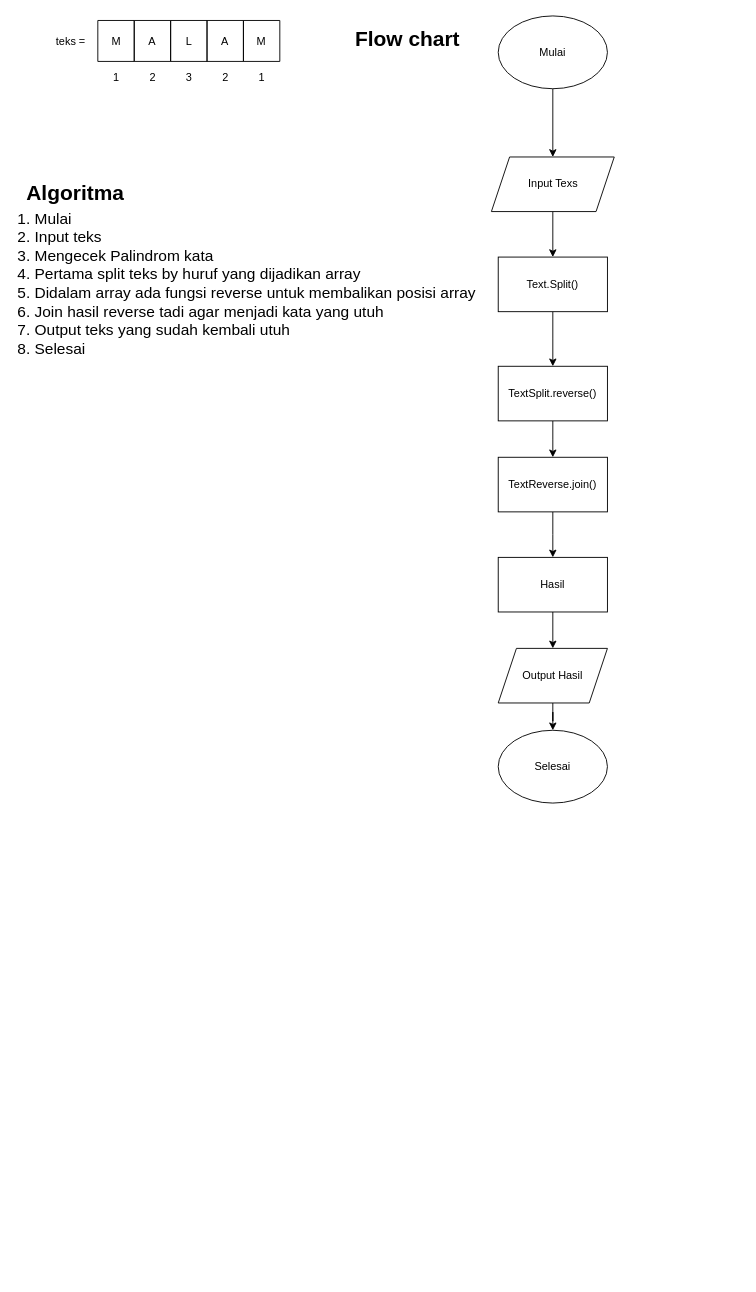
Above: page "Palindrome" (1 of 2) of Tugas Fazztrack Week 2- Soal No 1.drawio.xml in yogiprayoga1313/fw15-javascript1 (draw.io), before the change. Source tidied: cells renumbered, new cells numbered last; positions are measured from the earlier drawing's top-left corner, leaving out a move shared by most shapes. Both pictures are drawn from the tidied source at 91%, with x=0, y=0 at pixel (15, 15).
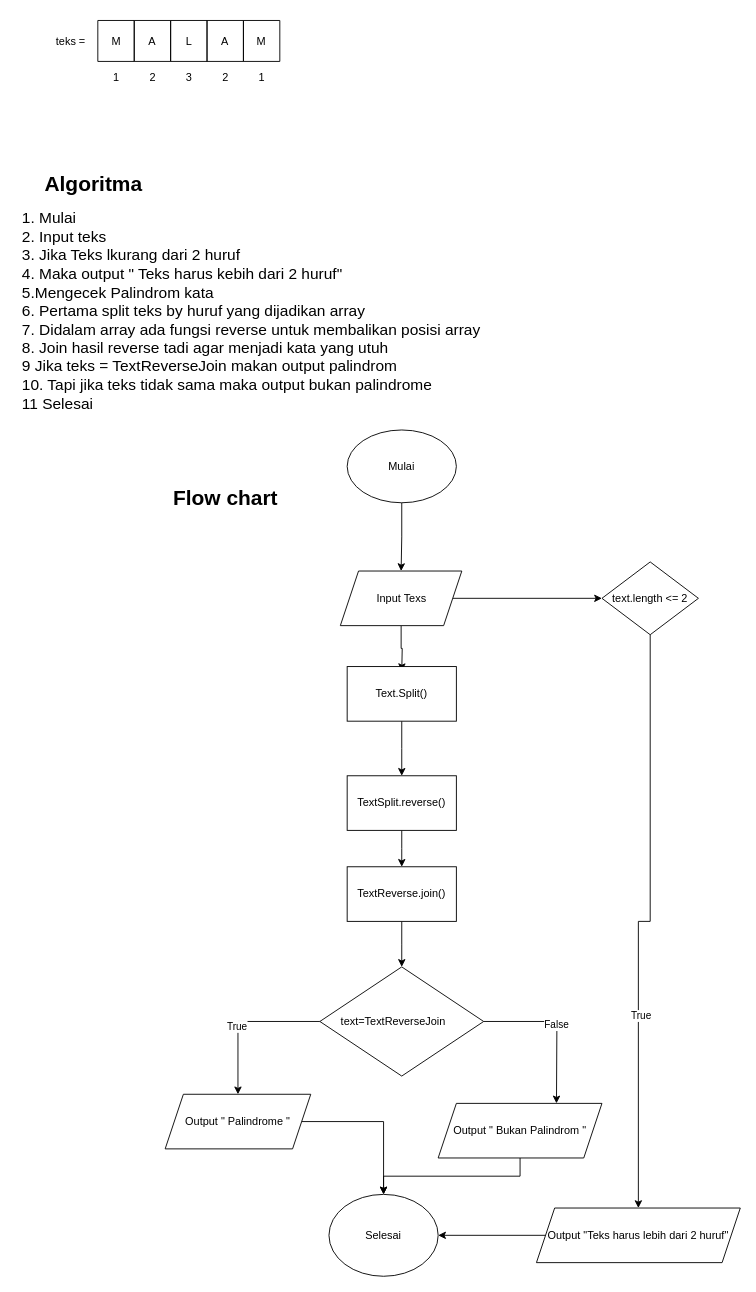
The same diagram, later.

What changed in the source:
```diff
@@
     <mxCell id="19" value="Mulai" style="ellipse;whiteSpace=wrap;html=1;" parent="1" vertex="1">
-      <mxGeometry x="530" width="120" height="80" as="geometry" />
+      <mxGeometry x="364" y="455" width="120" height="80" as="geometry" />
     </mxCell>
-    <mxCell id="20" style="edgeStyle=orthogonalEdgeStyle;rounded=0;jettySize=auto;html=1;" parent="1" edge="1" source="21" target="23">
-      <mxGeometry relative="1" as="geometry" />
+    <mxCell id="20" style="edgeStyle=orthogonalEdgeStyle;rounded=0;jettySize=auto;html=1;" parent="1" edge="1" source="21">
+      <mxGeometry relative="1" as="geometry">
+        <mxPoint x="424" y="720" as="targetPoint" />
+      </mxGeometry>
     </mxCell>
+    <mxCell id="36" style="edgeStyle=orthogonalEdgeStyle;rounded=0;jettySize=auto;html=1;" parent="1" edge="1" source="21" target="47">
+      <mxGeometry relative="1" as="geometry" />
+    </mxCell>
     <mxCell id="21" value="Input Texs" style="shape=parallelogram;perimeter=parallelogramPerimeter;whiteSpace=wrap;html=1;fixedSize=1;" parent="1" vertex="1">
-      <mxGeometry x="522.5" y="155" width="135" height="60" as="geometry" />
+      <mxGeometry x="356.5" y="610" width="133.5" height="60" as="geometry" />
     </mxCell>
     <mxCell id="22" style="edgeStyle=orthogonalEdgeStyle;rounded=0;jettySize=auto;html=1;" parent="1" edge="1" source="23">
       <mxGeometry relative="1" as="geometry">
-        <mxPoint x="590" y="385" as="targetPoint" />
+        <mxPoint x="424" y="835" as="targetPoint" />
       </mxGeometry>
     </mxCell>
     <mxCell id="23" value="Text.Split()" style="rounded=0;whiteSpace=wrap;html=1;" parent="1" vertex="1">
-      <mxGeometry x="530" y="265" width="120" height="60" as="geometry" />
+      <mxGeometry x="364" y="715" width="120" height="60" as="geometry" />
     </mxCell>
     <mxCell id="24" style="edgeStyle=orthogonalEdgeStyle;rounded=0;jettySize=auto;html=1;" parent="1" edge="1" source="25">
       <mxGeometry relative="1" as="geometry">
-        <mxPoint x="590" y="485" as="targetPoint" />
+        <mxPoint x="424" y="935" as="targetPoint" />
       </mxGeometry>
     </mxCell>
     <mxCell id="25" value="TextSplit.reverse()" style="rounded=0;whiteSpace=wrap;html=1;" parent="1" vertex="1">
-      <mxGeometry x="530" y="385" width="120" height="60" as="geometry" />
+      <mxGeometry x="364" y="835" width="120" height="60" as="geometry" />
     </mxCell>
     <mxCell id="26" style="edgeStyle=orthogonalEdgeStyle;rounded=0;jettySize=auto;html=1;" parent="1" edge="1" source="27">
       <mxGeometry relative="1" as="geometry">
-        <mxPoint x="590" y="595" as="targetPoint" />
+        <mxPoint x="424" y="1045" as="targetPoint" />
       </mxGeometry>
     </mxCell>
     <mxCell id="27" value="TextReverse.join()" style="rounded=0;whiteSpace=wrap;html=1;" parent="1" vertex="1">
-      <mxGeometry x="530" y="485" width="120" height="60" as="geometry" />
+      <mxGeometry x="364" y="935" width="120" height="60" as="geometry" />
     </mxCell>
-    <mxCell id="28" style="edgeStyle=orthogonalEdgeStyle;rounded=0;jettySize=auto;html=1;" parent="1" edge="1" source="29" target="31">
-      <mxGeometry relative="1" as="geometry" />
-    </mxCell>
-    <mxCell id="29" value="Hasil" style="rounded=0;whiteSpace=wrap;html=1;" parent="1" vertex="1">
-      <mxGeometry x="530" y="595" width="120" height="60" as="geometry" />
-    </mxCell>
-    <mxCell id="30" style="edgeStyle=orthogonalEdgeStyle;rounded=0;jettySize=auto;html=1;entryX=0.5;entryY=0;entryDx=0;entryDy=0;" parent="1" edge="1" source="31" target="32">
-      <mxGeometry relative="1" as="geometry" />
-    </mxCell>
-    <mxCell id="31" value="Output Hasil" style="shape=parallelogram;perimeter=parallelogramPerimeter;whiteSpace=wrap;html=1;fixedSize=1;" parent="1" vertex="1">
-      <mxGeometry x="530" y="695" width="120" height="60" as="geometry" />
-    </mxCell>
-    <mxCell id="32" value="Selesai" style="ellipse;whiteSpace=wrap;html=1;" parent="1" vertex="1">
-      <mxGeometry x="530" y="785" width="120" height="80" as="geometry" />
-    </mxCell>
     <mxCell id="33" value="&lt;font style=&quot;font-size: 23px;&quot;&gt;&lt;b&gt;Flow chart&lt;/b&gt;&lt;/font&gt;" style="text;html=1;align=center;verticalAlign=middle;strokeColor=none;fillColor=none;" parent="1" vertex="1">
-      <mxGeometry x="360" y="5" width="140" height="40" as="geometry" />
+      <mxGeometry x="160" y="510" width="140" height="40" as="geometry" />
     </mxCell>
     <mxCell id="34" value="&lt;font style=&quot;font-size: 23px;&quot;&gt;&lt;b&gt;Algoritma&lt;/b&gt;&lt;/font&gt;" style="text;html=1;align=center;verticalAlign=middle;strokeColor=none;fillColor=none;" parent="1" vertex="1">
-      <mxGeometry y="175" width="130" height="40" as="geometry" />
+      <mxGeometry x="20" y="165" width="130" height="40" as="geometry" />
     </mxCell>
-    <mxCell id="35" value="&lt;div style=&quot;font-size: 17px;&quot;&gt;&lt;span style=&quot;background-color: initial;&quot;&gt;&lt;font style=&quot;font-size: 17px;&quot;&gt;1. Mulai&lt;/font&gt;&lt;/span&gt;&lt;/div&gt;&lt;div style=&quot;font-size: 17px;&quot;&gt;&lt;span style=&quot;background-color: initial;&quot;&gt;&lt;font style=&quot;font-size: 17px;&quot;&gt;2. Input teks&lt;/font&gt;&lt;/span&gt;&lt;/div&gt;&lt;font style=&quot;font-size: 17px;&quot;&gt;&lt;div style=&quot;&quot;&gt;&lt;span style=&quot;background-color: initial;&quot;&gt;3. Mengecek Palindrom kata&lt;/span&gt;&lt;/div&gt;&lt;div style=&quot;&quot;&gt;&lt;span style=&quot;background-color: initial;&quot;&gt;4. Pertama split teks by huruf yang dijadikan array&lt;/span&gt;&lt;/div&gt;&lt;div style=&quot;&quot;&gt;&lt;span style=&quot;background-color: initial;&quot;&gt;5.&amp;nbsp;&lt;/span&gt;Didalam array ada fungsi reverse untuk membalikan posisi array&lt;/div&gt;&lt;div style=&quot;&quot;&gt;6.&amp;nbsp;Join hasil reverse tadi agar menjadi kata yang utuh&lt;/div&gt;&lt;div style=&quot;&quot;&gt;7. Output teks yang sudah kembali utuh&lt;/div&gt;&lt;div style=&quot;&quot;&gt;8. Selesai&lt;/div&gt;&lt;/font&gt;" style="text;html=1;align=left;verticalAlign=middle;strokeColor=none;fillColor=none;" parent="1" vertex="1">
-      <mxGeometry y="205" width="530" height="180" as="geometry" />
+    <mxCell id="35" value="&lt;div style=&quot;font-size: 17px;&quot;&gt;&lt;span style=&quot;background-color: initial;&quot;&gt;&lt;font style=&quot;font-size: 17px;&quot;&gt;1. Mulai&lt;/font&gt;&lt;/span&gt;&lt;/div&gt;&lt;div style=&quot;font-size: 17px;&quot;&gt;&lt;span style=&quot;background-color: initial;&quot;&gt;&lt;font style=&quot;font-size: 17px;&quot;&gt;2. Input teks&lt;/font&gt;&lt;/span&gt;&lt;/div&gt;&lt;div style=&quot;font-size: 17px;&quot;&gt;&lt;span style=&quot;background-color: initial;&quot;&gt;&lt;font style=&quot;font-size: 17px;&quot;&gt;3. Jika Teks lkurang dari 2 huruf&lt;/font&gt;&lt;/span&gt;&lt;/div&gt;&lt;div style=&quot;font-size: 17px;&quot;&gt;&lt;span style=&quot;background-color: initial;&quot;&gt;&lt;font style=&quot;font-size: 17px;&quot;&gt;4. Maka output &quot; Teks harus kebih dari 2 huruf&quot;&lt;/font&gt;&lt;/span&gt;&lt;/div&gt;&lt;font style=&quot;font-size: 17px;&quot;&gt;&lt;div style=&quot;&quot;&gt;&lt;span style=&quot;background-color: initial;&quot;&gt;5.Mengecek Palindrom kata&lt;/span&gt;&lt;/div&gt;&lt;div style=&quot;&quot;&gt;&lt;span style=&quot;background-color: initial;&quot;&gt;6. Pertama split teks by huruf yang dijadikan array&lt;/span&gt;&lt;/div&gt;&lt;div style=&quot;&quot;&gt;&lt;span style=&quot;background-color: initial;&quot;&gt;7.&amp;nbsp;&lt;/span&gt;Didalam array ada fungsi reverse untuk membalikan posisi array&lt;/div&gt;&lt;div style=&quot;&quot;&gt;8.&amp;nbsp;Join hasil reverse tadi agar menjadi kata yang utuh&lt;/div&gt;&lt;div style=&quot;&quot;&gt;9 Jika teks = TextReverseJoin makan output palindrom&lt;/div&gt;&lt;div style=&quot;&quot;&gt;10. Tapi jika teks tidak sama maka output bukan palindrome&lt;/div&gt;&lt;div style=&quot;&quot;&gt;11 Selesai&lt;/div&gt;&lt;/font&gt;" style="text;html=1;align=left;verticalAlign=middle;strokeColor=none;fillColor=none;" parent="1" vertex="1">
+      <mxGeometry x="5" y="205" width="530" height="240" as="geometry" />
     </mxCell>
+    <mxCell id="37" style="edgeStyle=orthogonalEdgeStyle;rounded=0;jettySize=auto;html=1;" parent="1" edge="1" source="40" target="42">
+      <mxGeometry relative="1" as="geometry" />
+    </mxCell>
+    <mxCell id="38" value="True" style="edgeLabel;html=1;align=center;verticalAlign=middle;" parent="37" vertex="1">
+      <mxGeometry x="0.12" y="-2" relative="1" as="geometry" />
+    </mxCell>
+    <mxCell id="39" value="False" style="edgeStyle=orthogonalEdgeStyle;rounded=0;jettySize=auto;html=1;" parent="1" edge="1" source="40">
+      <mxGeometry relative="1" as="geometry">
+        <mxPoint x="594" y="1195" as="targetPoint" />
+      </mxGeometry>
+    </mxCell>
+    <mxCell id="40" value="text=TextReverseJoin&lt;span style=&quot;white-space: pre;&quot;&gt;&#9;&lt;/span&gt;" style="rhombus;whiteSpace=wrap;html=1;" parent="1" vertex="1">
+      <mxGeometry x="334" y="1045" width="180" height="120" as="geometry" />
+    </mxCell>
+    <mxCell id="41" style="edgeStyle=orthogonalEdgeStyle;rounded=0;jettySize=auto;html=1;" parent="1" edge="1" source="42" target="32">
+      <mxGeometry relative="1" as="geometry" />
+    </mxCell>
+    <mxCell id="42" value="Output &quot; Palindrome &quot;" style="shape=parallelogram;perimeter=parallelogramPerimeter;whiteSpace=wrap;html=1;fixedSize=1;" parent="1" vertex="1">
+      <mxGeometry x="164" y="1185" width="160" height="60" as="geometry" />
+    </mxCell>
+    <mxCell id="43" style="edgeStyle=orthogonalEdgeStyle;rounded=0;jettySize=auto;html=1;entryX=0.5;entryY=0;entryDx=0;entryDy=0;" parent="1" edge="1" source="44" target="32">
+      <mxGeometry relative="1" as="geometry" />
+    </mxCell>
+    <mxCell id="44" value="Output &quot; Bukan Palindrom &quot;" style="shape=parallelogram;perimeter=parallelogramPerimeter;whiteSpace=wrap;html=1;fixedSize=1;" parent="1" vertex="1">
+      <mxGeometry x="464" y="1195" width="180" height="60" as="geometry" />
+    </mxCell>
+    <mxCell id="32" value="Selesai" style="ellipse;whiteSpace=wrap;html=1;" parent="1" vertex="1">
+      <mxGeometry x="344" y="1295" width="120" height="90" as="geometry" />
+    </mxCell>
+    <mxCell id="45" style="edgeStyle=orthogonalEdgeStyle;rounded=0;jettySize=auto;html=1;" parent="1" edge="1" source="47" target="49">
+      <mxGeometry relative="1" as="geometry" />
+    </mxCell>
+    <mxCell id="46" value="True" style="edgeLabel;html=1;align=center;verticalAlign=middle;" parent="45" vertex="1">
+      <mxGeometry x="0.34" y="2" relative="1" as="geometry" />
+    </mxCell>
+    <mxCell id="47" value="text.length &amp;lt;= 2" style="rhombus;whiteSpace=wrap;html=1;" parent="1" vertex="1">
+      <mxGeometry x="644" y="600" width="106" height="80" as="geometry" />
+    </mxCell>
+    <mxCell id="48" style="edgeStyle=orthogonalEdgeStyle;rounded=0;jettySize=auto;html=1;entryX=1;entryY=0.5;entryDx=0;entryDy=0;" parent="1" edge="1" source="49" target="32">
+      <mxGeometry relative="1" as="geometry" />
+    </mxCell>
+    <mxCell id="49" value="Output &quot;Teks harus lebih dari 2 huruf&quot;" style="shape=parallelogram;perimeter=parallelogramPerimeter;whiteSpace=wrap;html=1;fixedSize=1;" parent="1" vertex="1">
+      <mxGeometry x="572" y="1310" width="224" height="60" as="geometry" />
+    </mxCell>
```
